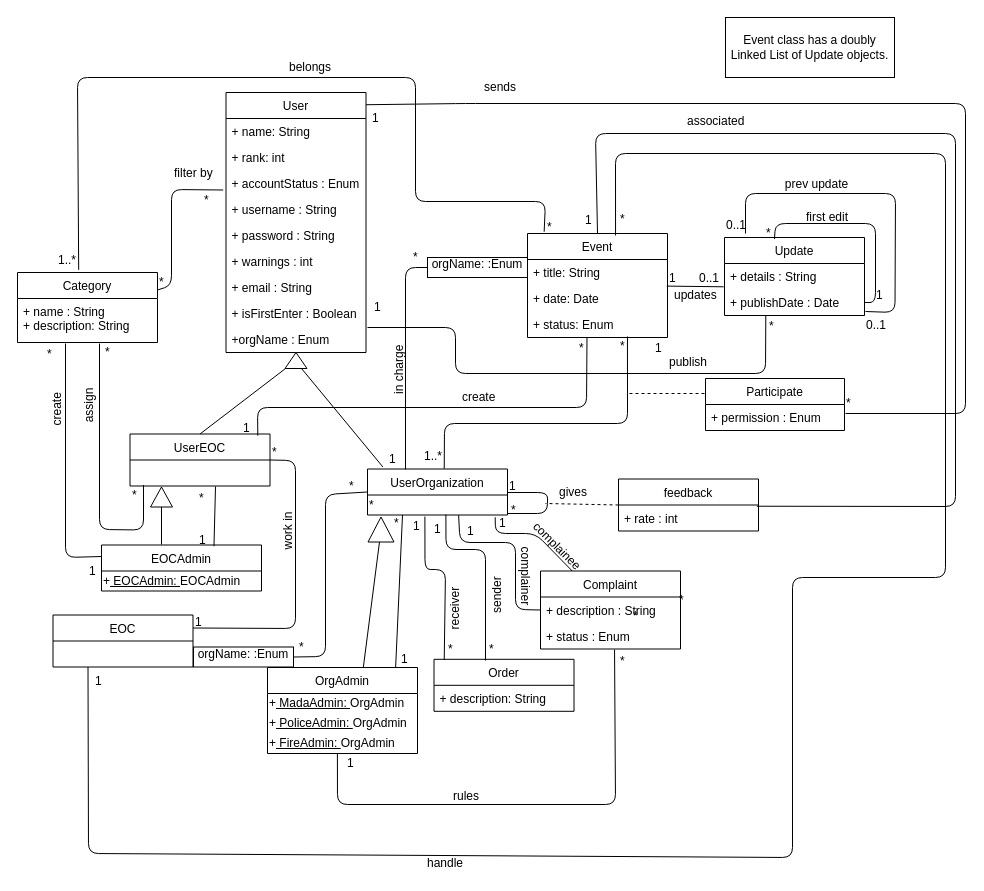
Earlier version of the draw.io diagram page "Update Class Diagram" (3 of 12) of Untitled Diagram.drawio (anastasiakova/nituz2). Source tidied: cells renumbered, new cells numbered last; positions are measured from the earlier drawing's top-left corner, leaving out a move shared by most shapes. Both pictures are drawn from the tidied source at 100%, with x=0, y=0 at pixel (17, 17).
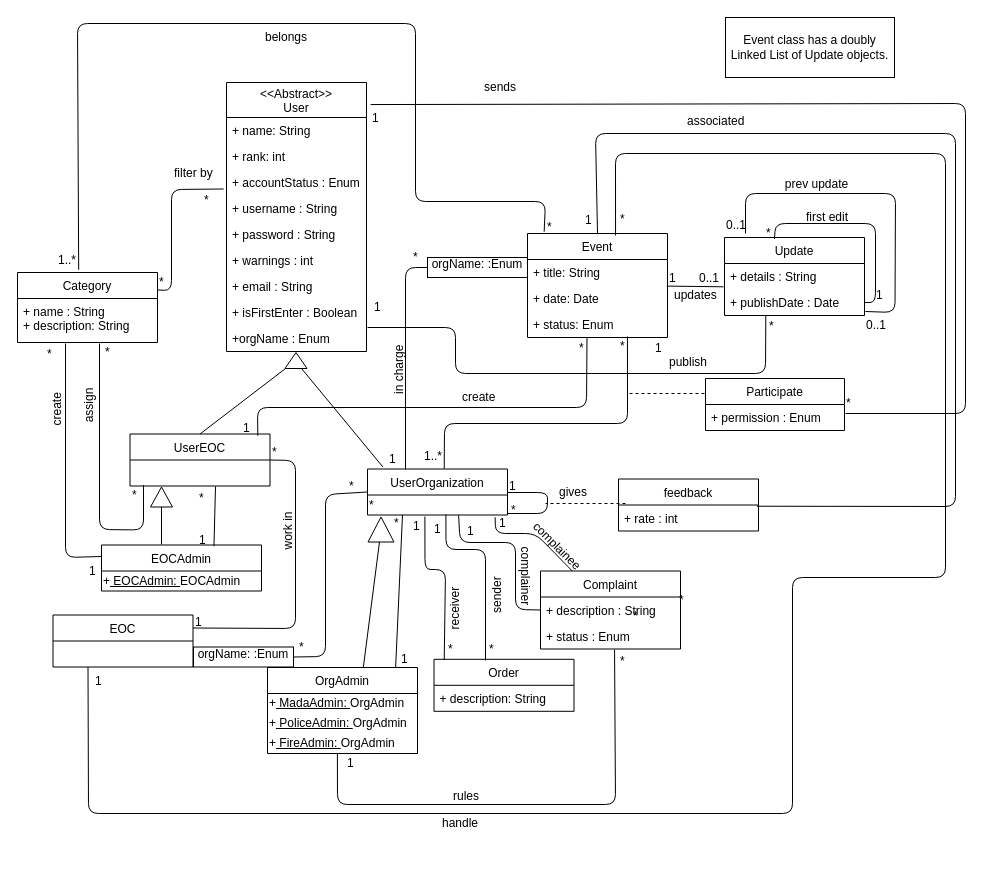
The same page after the edit.

Unchanged cells that the change refers to:
```xml
<mxCell id="12" value="Event" style="swimlane;fontStyle=0;horizontal=1;startSize=26;fillColor=none;" parent="1" vertex="1">
  <mxGeometry x="510" y="216" width="140" height="104" as="geometry" />
</mxCell>
<mxCell id="22" value="Category" style="swimlane;fontStyle=0;horizontal=1;startSize=26;fillColor=none;" parent="1" vertex="1">
  <mxGeometry y="255" width="140" height="70" as="geometry" />
</mxCell>
<mxCell id="108" value="feedback" style="swimlane;fontStyle=0;horizontal=1;startSize=26;fillColor=none;" parent="1" vertex="1">
  <mxGeometry x="601" y="461.5" width="140" height="52" as="geometry" />
</mxCell>
<mxCell id="122" value="EOC" style="swimlane;fontStyle=0;horizontal=1;startSize=26;fillColor=none;" parent="1" vertex="1">
  <mxGeometry x="35.5" y="597.5" width="140" height="52" as="geometry" />
</mxCell>
```

What changed in the source:
```diff
@@
-    <mxCell id="2" value="User" style="swimlane;fontStyle=0;horizontal=1;startSize=26;fillColor=none;" parent="1" vertex="1">
-      <mxGeometry x="208.5" y="75" width="140" height="260" as="geometry" />
+    <mxCell id="2" value="&lt;&lt;Abstract&gt;&gt;&#10;User" style="swimlane;fontStyle=0;horizontal=1;startSize=35;fillColor=none;" parent="1" vertex="1">
+      <mxGeometry x="209" y="65" width="140" height="269" as="geometry" />
     </mxCell>
     <mxCell id="3" value="+ name: String" style="text;strokeColor=none;fillColor=none;align=left;verticalAlign=top;spacingLeft=4;spacingRight=4;overflow=hidden;" parent="2" vertex="1">
-      <mxGeometry y="26" width="140" height="26" as="geometry" />
+      <mxGeometry y="35" width="140" height="26" as="geometry" />
     </mxCell>
     <mxCell id="4" value="+ rank: int" style="text;strokeColor=none;fillColor=none;align=left;verticalAlign=top;spacingLeft=4;spacingRight=4;overflow=hidden;" parent="2" vertex="1">
-      <mxGeometry y="52" width="140" height="26" as="geometry" />
+      <mxGeometry y="61" width="140" height="26" as="geometry" />
     </mxCell>
     <mxCell id="5" value="+ accountStatus : Enum&#10;&#10;" style="text;strokeColor=none;fillColor=none;align=left;verticalAlign=top;spacingLeft=4;spacingRight=4;overflow=hidden;points=[[0,0.5],[1,0.5]];portConstraint=eastwest;" parent="2" vertex="1">
-      <mxGeometry y="78" width="140" height="26" as="geometry" />
+      <mxGeometry y="87" width="140" height="26" as="geometry" />
     </mxCell>
     <mxCell id="6" value="+ username : String" style="text;strokeColor=none;fillColor=none;align=left;verticalAlign=top;spacingLeft=4;spacingRight=4;overflow=hidden;" parent="2" vertex="1">
-      <mxGeometry y="104" width="140" height="26" as="geometry" />
+      <mxGeometry y="113" width="140" height="26" as="geometry" />
     </mxCell>
     <mxCell id="7" value="+ password : String" style="text;strokeColor=none;fillColor=none;align=left;verticalAlign=top;spacingLeft=4;spacingRight=4;overflow=hidden;" parent="2" vertex="1">
-      <mxGeometry y="130" width="140" height="26" as="geometry" />
+      <mxGeometry y="139" width="140" height="26" as="geometry" />
     </mxCell>
     <mxCell id="8" value="+ warnings : int" style="text;strokeColor=none;fillColor=none;align=left;verticalAlign=top;spacingLeft=4;spacingRight=4;overflow=hidden;" parent="2" vertex="1">
-      <mxGeometry y="156" width="140" height="26" as="geometry" />
+      <mxGeometry y="165" width="140" height="26" as="geometry" />
     </mxCell>
     <mxCell id="9" value="+ email : String&#10;" style="text;strokeColor=none;fillColor=none;align=left;verticalAlign=top;spacingLeft=4;spacingRight=4;overflow=hidden;" parent="2" vertex="1">
-      <mxGeometry y="182" width="140" height="26" as="geometry" />
+      <mxGeometry y="191" width="140" height="26" as="geometry" />
     </mxCell>
     <mxCell id="10" value="+ isFirstEnter : Boolean&#10;" style="text;strokeColor=none;fillColor=none;align=left;verticalAlign=top;spacingLeft=4;spacingRight=4;overflow=hidden;" parent="2" vertex="1">
-      <mxGeometry y="208" width="140" height="26" as="geometry" />
+      <mxGeometry y="217" width="140" height="26" as="geometry" />
     </mxCell>
     <mxCell id="11" value="+orgName : Enum" style="text;strokeColor=none;fillColor=none;align=left;verticalAlign=top;spacingLeft=4;spacingRight=4;overflow=hidden;" parent="2" vertex="1">
-      <mxGeometry y="234" width="140" height="26" as="geometry" />
+      <mxGeometry y="243" width="140" height="26" as="geometry" />
     </mxCell>
@@
     <mxCell id="38" style="endArrow=none;html=1;entryX=0.119;entryY=-0.017;entryDx=0;entryDy=0;exitX=0.437;exitY=-0.039;exitDx=0;exitDy=0;exitPerimeter=0;entryPerimeter=0;" parent="1" edge="1" source="22" target="12">
       <mxGeometry relative="1" as="geometry">
         <Array as="points">
-          <mxPoint x="60" y="60" />
-          <mxPoint x="398" y="60" />
+          <mxPoint x="60" y="6" />
+          <mxPoint x="398" y="6" />
           <mxPoint x="398" y="184" />
           <mxPoint x="528" y="184" />
         </Array>
       </mxGeometry>
     </mxCell>
@@
     <mxCell id="57" style="endArrow=none;html=1;exitX=1;exitY=0.25;exitDx=0;exitDy=0;entryX=-0.02;entryY=0.75;entryDx=0;entryDy=0;entryPerimeter=0;" parent="1" edge="1" source="22" target="5">
       <mxGeometry relative="1" as="geometry">
         <Array as="points">
-          <mxPoint x="154" y="268" />
+          <mxPoint x="154" y="273" />
           <mxPoint x="154" y="172" />
         </Array>
       </mxGeometry>
     </mxCell>
@@
     <mxCell id="70" value="belongs" style="text;html=1;align=left;verticalAlign=top;spacingTop=-4;" parent="1" vertex="1">
-      <mxGeometry x="269.5" y="40" width="60" height="20" as="geometry" />
+      <mxGeometry x="246" y="10" width="60" height="20" as="geometry" />
     </mxCell>
@@
-    <mxCell id="112" style="endArrow=none;html=1;entryX=1;entryY=0.047;entryDx=0;entryDy=0;entryPerimeter=0;" parent="1" edge="1" target="2">
+    <mxCell id="112" style="endArrow=none;html=1;entryX=1.029;entryY=0.082;entryDx=0;entryDy=0;entryPerimeter=0;" parent="1" edge="1" target="2">
       <mxGeometry relative="1" as="geometry">
         <mxPoint x="828" y="396" as="sourcePoint" />
         <Array as="points">
           <mxPoint x="948" y="396" />
           <mxPoint x="948" y="86" />
-          <mxPoint x="448" y="86" />
         </Array>
       </mxGeometry>
     </mxCell>
@@
     <mxCell id="128" style="endArrow=none;html=1;entryX=0.629;entryY=0.019;entryDx=0;entryDy=0;entryPerimeter=0;exitX=0.25;exitY=1;exitDx=0;exitDy=0;" parent="1" edge="1" source="122" target="12">
       <mxGeometry relative="1" as="geometry">
         <Array as="points">
-          <mxPoint x="71" y="836" />
-          <mxPoint x="775" y="840" />
+          <mxPoint x="71" y="796" />
+          <mxPoint x="775" y="796" />
           <mxPoint x="775" y="560" />
           <mxPoint x="928" y="560" />
           <mxPoint x="928" y="136" />
           <mxPoint x="598" y="136" />
         </Array>
       </mxGeometry>
     </mxCell>
@@
     <mxCell id="131" value="handle" style="text;html=1;align=left;verticalAlign=top;spacingTop=-4;" parent="1" vertex="1">
-      <mxGeometry x="408" y="836" width="50" height="20" as="geometry" />
+      <mxGeometry x="422.5" y="796" width="50" height="20" as="geometry" />
     </mxCell>
@@
-    <mxCell id="137" style="endArrow=none;dashed=1;html=1;exitX=0;exitY=0.5;exitDx=0;exitDy=0;" parent="1" edge="1" source="108">
+    <mxCell id="137" style="endArrow=none;dashed=1;html=1;" parent="1" edge="1">
       <mxGeometry relative="1" as="geometry">
+        <mxPoint x="608" y="486" as="sourcePoint" />
         <mxPoint x="528" y="486" as="targetPoint" />
       </mxGeometry>
     </mxCell>
```
